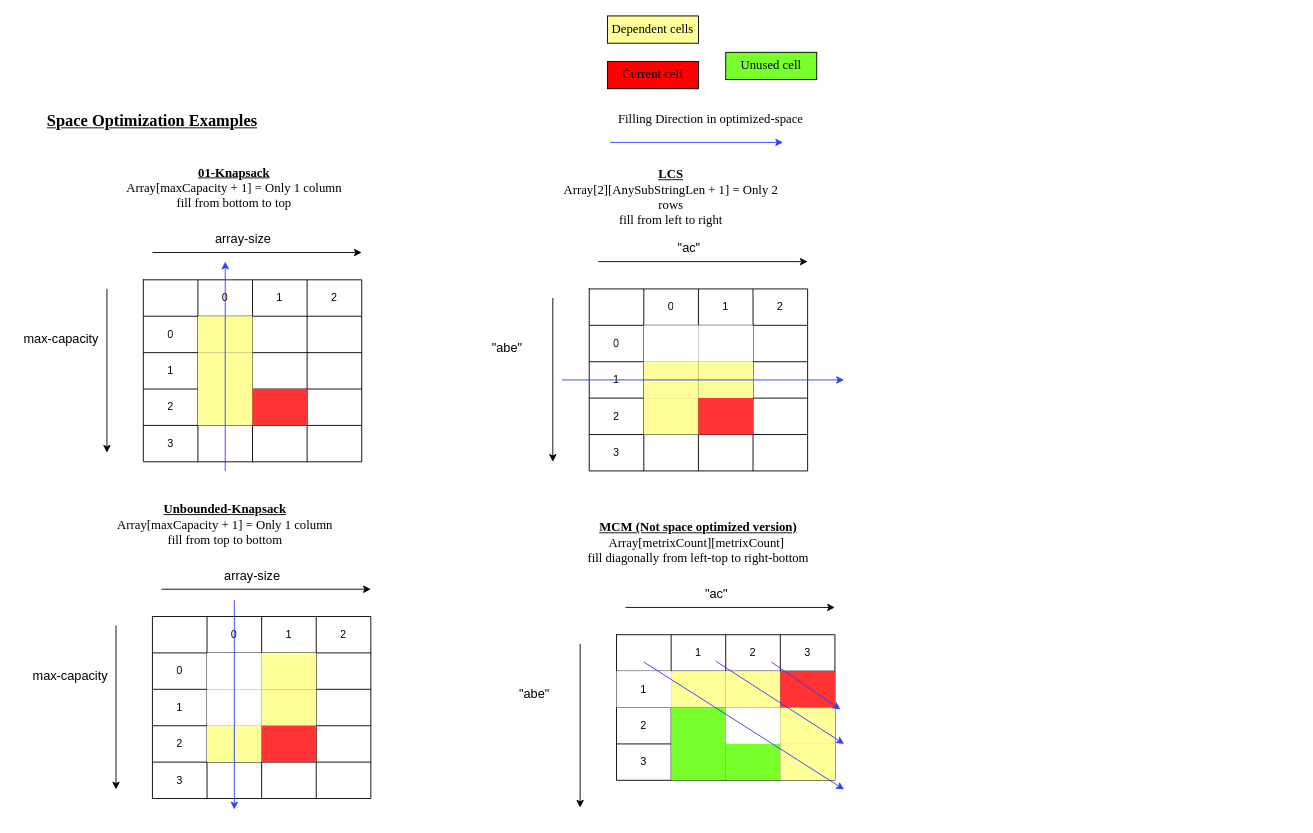
Above: resources/dp/SpaceOptimizationExamples.drawio in pintub/dataStructure-algo (draw.io), before the change. Source tidied: cells renumbered, new cells numbered last; positions are measured from the earlier drawing's top-left corner, leaving out a move shared by most shapes. Both pictures are drawn from the tidied source at 91%, with x=0, y=0 at pixel (15, 15).
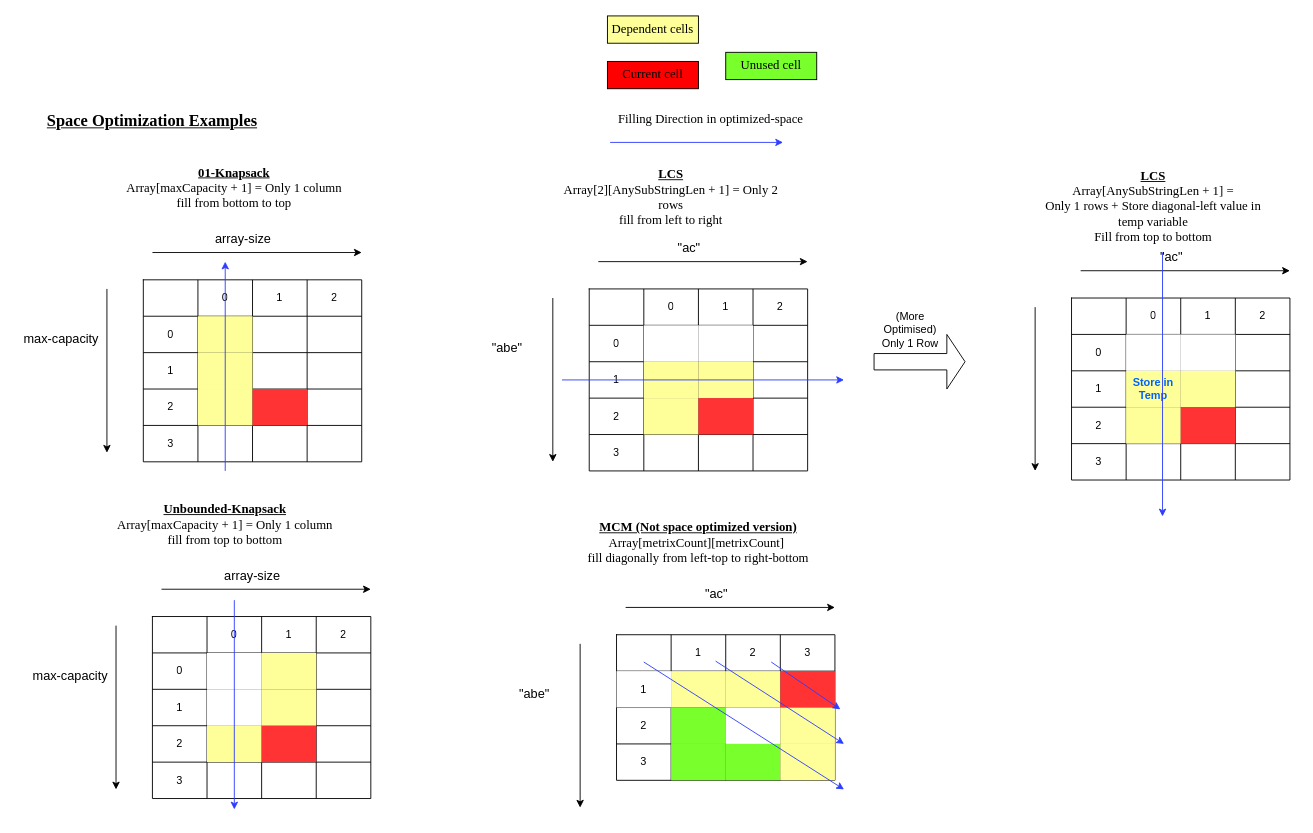
After the change.

The edit, as a diff of the source:
```diff
@@
+    <mxCell id="133" style="shape=singleArrow;whiteSpace=wrap;html=1;" parent="1" vertex="1">
+      <mxGeometry x="943" y="350" width="100" height="60" as="geometry" />
+    </mxCell>
+    <mxCell id="134" value="(More&lt;br&gt;Optimised)&lt;br&gt;Only 1 Row" style="text;html=1;strokeColor=none;fillColor=none;align=center;verticalAlign=middle;whiteSpace=wrap;rounded=0;" parent="1" vertex="1">
+      <mxGeometry x="943" y="330" width="80" height="30" as="geometry" />
+    </mxCell>
+    <mxCell id="135" style="shape=table;startSize=0;childLayout=tableLayout;" parent="1" vertex="1">
+      <mxGeometry x="1160" y="310" width="240" height="200" as="geometry" />
+    </mxCell>
+    <mxCell id="136" style="shape=tableRow;horizontal=0;startSize=0;swimlaneHead=0;swimlaneBody=0;top=0;left=0;bottom=0;right=0;fillColor=none;" parent="135" vertex="1">
+      <mxGeometry width="240" height="40" as="geometry" />
+    </mxCell>
+    <mxCell id="137" style="shape=partialRectangle;html=1;whiteSpace=wrap;overflow=hidden;fillColor=none;top=0;left=0;bottom=0;right=0;" parent="136" vertex="1">
+      <mxGeometry width="60" height="40" as="geometry" />
+    </mxCell>
+    <mxCell id="138" value="0" style="shape=partialRectangle;html=1;whiteSpace=wrap;overflow=hidden;fillColor=none;top=0;left=0;bottom=0;right=0;" parent="136" vertex="1">
+      <mxGeometry x="60" width="60" height="40" as="geometry" />
+    </mxCell>
+    <mxCell id="139" value="1" style="shape=partialRectangle;html=1;whiteSpace=wrap;overflow=hidden;fillColor=none;top=0;left=0;bottom=0;right=0;" parent="136" vertex="1">
+      <mxGeometry x="120" width="60" height="40" as="geometry" />
+    </mxCell>
+    <mxCell id="140" value="2" style="shape=partialRectangle;html=1;whiteSpace=wrap;overflow=hidden;fillColor=none;top=0;left=0;bottom=0;right=0;" parent="136" vertex="1">
+      <mxGeometry x="180" width="60" height="40" as="geometry" />
+    </mxCell>
+    <mxCell id="141" style="shape=tableRow;horizontal=0;startSize=0;swimlaneHead=0;swimlaneBody=0;top=0;left=0;bottom=0;right=0;fillColor=none;" parent="135" vertex="1">
+      <mxGeometry y="40" width="240" height="40" as="geometry" />
+    </mxCell>
+    <mxCell id="142" value="0" style="shape=partialRectangle;html=1;whiteSpace=wrap;overflow=hidden;fillColor=none;top=0;left=0;bottom=0;right=0;" parent="141" vertex="1">
+      <mxGeometry width="60" height="40" as="geometry" />
+    </mxCell>
+    <mxCell id="143" style="shape=partialRectangle;html=1;whiteSpace=wrap;overflow=hidden;fillColor=#FFFFFF;top=0;left=0;bottom=0;right=0;" parent="141" vertex="1">
+      <mxGeometry x="60" width="60" height="40" as="geometry" />
+    </mxCell>
+    <mxCell id="144" style="shape=partialRectangle;html=1;whiteSpace=wrap;overflow=hidden;fillColor=#FFFFFF;top=0;left=0;bottom=0;right=0;" parent="141" vertex="1">
+      <mxGeometry x="120" width="60" height="40" as="geometry" />
+    </mxCell>
+    <mxCell id="145" style="shape=partialRectangle;html=1;whiteSpace=wrap;overflow=hidden;fillColor=none;top=0;left=0;bottom=0;right=0;" parent="141" vertex="1">
+      <mxGeometry x="180" width="60" height="40" as="geometry" />
+    </mxCell>
+    <mxCell id="146" style="shape=tableRow;horizontal=0;startSize=0;swimlaneHead=0;swimlaneBody=0;top=0;left=0;bottom=0;right=0;fillColor=none;" parent="135" vertex="1">
+      <mxGeometry y="80" width="240" height="40" as="geometry" />
+    </mxCell>
+    <mxCell id="147" value="1" style="shape=partialRectangle;html=1;whiteSpace=wrap;overflow=hidden;fillColor=none;top=0;left=0;bottom=0;right=0;" parent="146" vertex="1">
+      <mxGeometry width="60" height="40" as="geometry" />
+    </mxCell>
+    <mxCell id="148" value="&lt;b&gt;&lt;font color=&quot;#0061ff&quot;&gt;Store in&lt;br&gt;Temp&lt;/font&gt;&lt;/b&gt;" style="shape=partialRectangle;html=1;whiteSpace=wrap;overflow=hidden;fillColor=#FFFF99;top=0;left=0;bottom=0;right=0;" parent="146" vertex="1">
+      <mxGeometry x="60" width="60" height="40" as="geometry" />
+    </mxCell>
+    <mxCell id="149" style="shape=partialRectangle;html=1;whiteSpace=wrap;overflow=hidden;fillColor=#FFFF99;top=0;left=0;bottom=0;right=0;" parent="146" vertex="1">
+      <mxGeometry x="120" width="60" height="40" as="geometry" />
+    </mxCell>
+    <mxCell id="150" style="shape=partialRectangle;html=1;whiteSpace=wrap;overflow=hidden;fillColor=none;top=0;left=0;bottom=0;right=0;" parent="146" vertex="1">
+      <mxGeometry x="180" width="60" height="40" as="geometry" />
+    </mxCell>
+    <mxCell id="151" style="shape=tableRow;horizontal=0;startSize=0;swimlaneHead=0;swimlaneBody=0;top=0;left=0;bottom=0;right=0;fillColor=none;strokeColor=#000000;" parent="135" vertex="1">
+      <mxGeometry y="120" width="240" height="40" as="geometry" />
+    </mxCell>
+    <mxCell id="152" value="2" style="shape=partialRectangle;html=1;whiteSpace=wrap;overflow=hidden;fillColor=none;top=0;left=0;bottom=0;right=0;" parent="151" vertex="1">
+      <mxGeometry width="60" height="40" as="geometry" />
+    </mxCell>
+    <mxCell id="153" style="shape=partialRectangle;html=1;whiteSpace=wrap;overflow=hidden;fillColor=#FFFF99;top=0;left=0;bottom=0;right=0;" parent="151" vertex="1">
+      <mxGeometry x="60" width="60" height="40" as="geometry" />
+    </mxCell>
+    <mxCell id="154" style="shape=partialRectangle;html=1;whiteSpace=wrap;overflow=hidden;fillColor=#FF3333;top=0;left=0;bottom=0;right=0;" parent="151" vertex="1">
+      <mxGeometry x="120" width="60" height="40" as="geometry" />
+    </mxCell>
+    <mxCell id="155" style="shape=partialRectangle;html=1;whiteSpace=wrap;overflow=hidden;fillColor=none;top=0;left=0;bottom=0;right=0;" parent="151" vertex="1">
+      <mxGeometry x="180" width="60" height="40" as="geometry" />
+    </mxCell>
+    <mxCell id="156" style="shape=tableRow;horizontal=0;startSize=0;swimlaneHead=0;swimlaneBody=0;top=0;left=0;bottom=0;right=0;fillColor=none;" parent="135" vertex="1">
+      <mxGeometry y="160" width="240" height="40" as="geometry" />
+    </mxCell>
+    <mxCell id="157" value="3" style="shape=partialRectangle;html=1;whiteSpace=wrap;overflow=hidden;fillColor=none;top=0;left=0;bottom=0;right=0;" parent="156" vertex="1">
+      <mxGeometry width="60" height="40" as="geometry" />
+    </mxCell>
+    <mxCell id="158" style="shape=partialRectangle;html=1;whiteSpace=wrap;overflow=hidden;fillColor=none;top=0;left=0;bottom=0;right=0;" parent="156" vertex="1">
+      <mxGeometry x="60" width="60" height="40" as="geometry" />
+    </mxCell>
+    <mxCell id="159" style="shape=partialRectangle;html=1;whiteSpace=wrap;overflow=hidden;fillColor=none;top=0;left=0;bottom=0;right=0;" parent="156" vertex="1">
+      <mxGeometry x="120" width="60" height="40" as="geometry" />
+    </mxCell>
+    <mxCell id="160" style="shape=partialRectangle;html=1;whiteSpace=wrap;overflow=hidden;fillColor=none;top=0;left=0;bottom=0;right=0;" parent="156" vertex="1">
+      <mxGeometry x="180" width="60" height="40" as="geometry" />
+    </mxCell>
+    <mxCell id="161" style="endArrow=classic;html=1;rounded=0;" parent="1" edge="1">
+      <mxGeometry relative="1" as="geometry">
+        <mxPoint x="1120" y="320" as="sourcePoint" />
+        <mxPoint x="1120" y="500" as="targetPoint" />
+      </mxGeometry>
+    </mxCell>
+    <mxCell id="162" style="endArrow=classic;html=1;rounded=0;" parent="1" edge="1">
+      <mxGeometry relative="1" as="geometry">
+        <mxPoint x="1170" y="280" as="sourcePoint" />
+        <mxPoint x="1400" y="280" as="targetPoint" />
+      </mxGeometry>
+    </mxCell>
+    <mxCell id="163" value="&lt;font style=&quot;font-size: 14px;&quot;&gt;&quot;ac&quot;&lt;/font&gt;" style="text;html=1;strokeColor=none;fillColor=none;align=center;verticalAlign=middle;whiteSpace=wrap;rounded=0;" parent="1" vertex="1">
+      <mxGeometry x="1220" y="250" width="100" height="30" as="geometry" />
+    </mxCell>
+    <mxCell id="164" value="&lt;b style=&quot;text-decoration-line: underline;&quot;&gt;LCS&lt;/b&gt;&lt;br&gt;Array[AnySubStringLen + 1] = &lt;br&gt;Only 1 rows + Store diagonal-left value in temp variable&lt;br&gt;Fill from top to bottom" style="text;html=1;strokeColor=none;fillColor=none;align=center;verticalAlign=middle;whiteSpace=wrap;rounded=0;fontFamily=Garamond;fontSize=14;" parent="1" vertex="1">
+      <mxGeometry x="1120" y="180" width="260" height="60" as="geometry" />
+    </mxCell>
+    <mxCell id="165" style="endArrow=classic;html=1;rounded=0;fontFamily=Garamond;fontSize=14;fillColor=#1003FF;strokeColor=#2E3CFF;exitX=0.4;exitY=0.333;exitDx=0;exitDy=0;exitPerimeter=0;" parent="1" edge="1" source="163">
+      <mxGeometry relative="1" as="geometry">
+        <mxPoint x="1260" y="550" as="targetPoint" />
+      </mxGeometry>
+    </mxCell>
```
